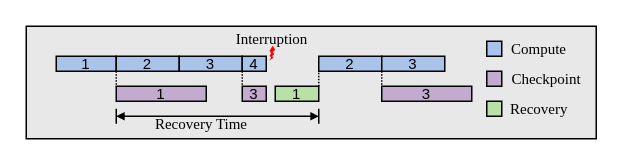
Above: fig/recovery_mot.drawio in icszhr/NCheck (draw.io), before the change. Source tidied: cells renumbered, new cells numbered last; positions are measured from the earlier drawing's top-left corner, leaving out a move shared by most shapes. Both pictures are drawn from the tidied source at 150%, with x=0, y=0 at pixel (26, 26).
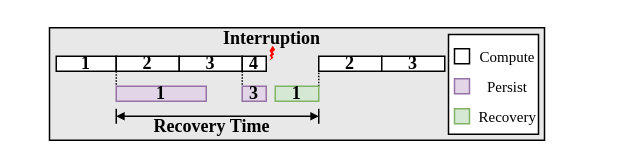
The same page after the edit.

The edit, as a diff of the source:
```diff
@@
-    <mxCell id="2" style="rounded=0;whiteSpace=wrap;html=1;fontFamily=Times New Roman;fillColor=#E8E8E8;" parent="1" vertex="1">
-      <mxGeometry width="380" height="75" as="geometry" />
+    <mxCell id="2" style="rounded=0;whiteSpace=wrap;html=1;fontFamily=Times New Roman;fillColor=#E8E8E8;fontStyle=1;" parent="1" vertex="1">
+      <mxGeometry x="15.5" y="1" width="330" height="75" as="geometry" />
     </mxCell>
+    <mxCell id="29" style="rounded=0;whiteSpace=wrap;html=1;" parent="1" vertex="1">
+      <mxGeometry x="281.5" y="5.5" width="60" height="66.5" as="geometry" />
+    </mxCell>
-    <mxCell id="3" style="edgeStyle=orthogonalEdgeStyle;rounded=0;jettySize=auto;html=1;exitX=1;exitY=1;exitDx=0;exitDy=0;entryX=0;entryY=0;entryDx=0;entryDy=0;startArrow=none;startFill=0;endArrow=none;endFill=0;dashed=1;dashPattern=1 1;" parent="1" edge="1" source="4" target="7">
+    <mxCell id="3" style="edgeStyle=orthogonalEdgeStyle;rounded=0;jettySize=auto;exitX=1;exitY=1;exitDx=0;exitDy=0;entryX=0;entryY=0;entryDx=0;entryDy=0;startArrow=none;startFill=0;endArrow=none;endFill=0;dashed=1;dashPattern=1 1;fontFamily=Times New Roman;fontStyle=1;fontSize=12;" parent="1" edge="1" source="4" target="7">
       <mxGeometry relative="1" as="geometry" />
     </mxCell>
-    <mxCell id="4" value="&lt;p style=&quot;line-height: 100%; font-size: 10px;&quot;&gt;&lt;font style=&quot;font-size: 10px;&quot;&gt;1&lt;/font&gt;&lt;/p&gt;" style="whiteSpace=wrap;html=1;fillColor=#A9C4EB;fontSize=10;" parent="1" vertex="1">
+    <mxCell id="4" value="1" style="whiteSpace=wrap;fontSize=12;fontFamily=Times New Roman;fontStyle=1;" parent="1" vertex="1">
       <mxGeometry x="20" y="20" width="40" height="10" as="geometry" />
     </mxCell>
-    <mxCell id="5" value="&lt;p style=&quot;line-height: 100%; font-size: 10px;&quot;&gt;&lt;font style=&quot;font-size: 10px;&quot;&gt;2&lt;/font&gt;&lt;/p&gt;" style="whiteSpace=wrap;html=1;fillColor=#A9C4EB;fontSize=10;" parent="1" vertex="1">
+    <mxCell id="5" value="2" style="whiteSpace=wrap;fontSize=12;fontFamily=Times New Roman;fontStyle=1;" parent="1" vertex="1">
       <mxGeometry x="60" y="20" width="42" height="10" as="geometry" />
     </mxCell>
-    <mxCell id="6" value="&lt;p style=&quot;line-height: 100%; font-size: 10px;&quot;&gt;&lt;font style=&quot;font-size: 10px;&quot;&gt;3&lt;/font&gt;&lt;/p&gt;" style="whiteSpace=wrap;html=1;fillColor=#A9C4EB;fontSize=10;" parent="1" vertex="1">
+    <mxCell id="6" value="3" style="whiteSpace=wrap;fontSize=12;fontFamily=Times New Roman;fontStyle=1;" parent="1" vertex="1">
       <mxGeometry x="102" y="20" width="42" height="10" as="geometry" />
     </mxCell>
-    <mxCell id="7" value="1" style="whiteSpace=wrap;html=1;fillColor=#C3ABD0;fontSize=10;" parent="1" vertex="1">
+    <mxCell id="7" value="1" style="whiteSpace=wrap;fillColor=#e1d5e7;fontSize=12;fontFamily=Times New Roman;fontStyle=1;strokeColor=#9673a6;" parent="1" vertex="1">
       <mxGeometry x="60" y="40" width="60" height="10" as="geometry" />
     </mxCell>
-    <mxCell id="8" style="verticalLabelPosition=bottom;verticalAlign=top;html=1;shape=mxgraph.basic.flash;fillColor=#FF0000;strokeColor=none;" parent="1" vertex="1">
+    <mxCell id="8" style="verticalLabelPosition=bottom;verticalAlign=top;shape=mxgraph.basic.flash;fillColor=#FF0000;strokeColor=none;fontFamily=Times New Roman;fontStyle=1;fontSize=12;" parent="1" vertex="1">
       <mxGeometry x="162" y="13" width="4" height="10" as="geometry" />
     </mxCell>
-    <mxCell id="9" value="&lt;font style=&quot;font-size: 10px;&quot; face=&quot;Times New Roman&quot;&gt;Interruption&lt;/font&gt;" style="text;html=1;align=center;verticalAlign=middle;whiteSpace=wrap;rounded=0;" parent="1" vertex="1">
+    <mxCell id="9" value="Interruption" style="text;align=center;verticalAlign=middle;whiteSpace=wrap;rounded=0;fontFamily=Times New Roman;fontStyle=1;fontSize=12;" parent="1" vertex="1">
       <mxGeometry x="134" y="3" width="60" height="10" as="geometry" />
     </mxCell>
-    <mxCell id="10" style="edgeStyle=orthogonalEdgeStyle;rounded=0;jettySize=auto;html=1;exitX=0;exitY=1;exitDx=0;exitDy=0;entryX=0;entryY=0;entryDx=0;entryDy=0;endArrow=none;endFill=0;dashed=1;dashPattern=1 1;" parent="1" edge="1" source="11" target="15">
+    <mxCell id="10" style="edgeStyle=orthogonalEdgeStyle;rounded=0;jettySize=auto;exitX=0;exitY=1;exitDx=0;exitDy=0;entryX=0;entryY=0;entryDx=0;entryDy=0;endArrow=none;endFill=0;dashed=1;dashPattern=1 1;fontFamily=Times New Roman;fontStyle=1;fontSize=12;" parent="1" edge="1" source="11" target="15">
       <mxGeometry relative="1" as="geometry" />
     </mxCell>
-    <mxCell id="11" value="&lt;p style=&quot;line-height: 100%; font-size: 10px;&quot;&gt;&lt;font style=&quot;font-size: 10px;&quot;&gt;4&lt;/font&gt;&lt;/p&gt;" style="whiteSpace=wrap;html=1;fillColor=#A9C4EB;fontSize=10;" parent="1" vertex="1">
+    <mxCell id="11" value="4" style="whiteSpace=wrap;fontSize=12;fontFamily=Times New Roman;fontStyle=1;" parent="1" vertex="1">
       <mxGeometry x="144" y="20" width="16" height="10" as="geometry" />
     </mxCell>
-    <mxCell id="12" value="&lt;p style=&quot;line-height: 100%;&quot;&gt;2&lt;/p&gt;" style="whiteSpace=wrap;html=1;fillColor=#A9C4EB;fontSize=10;verticalAlign=middle;" parent="1" vertex="1">
+    <mxCell id="12" value="2" style="whiteSpace=wrap;fontSize=12;verticalAlign=middle;fontFamily=Times New Roman;fontStyle=1;" parent="1" vertex="1">
       <mxGeometry x="195" y="20" width="42" height="10" as="geometry" />
     </mxCell>
-    <mxCell id="13" style="edgeStyle=orthogonalEdgeStyle;rounded=0;jettySize=auto;html=1;exitX=0;exitY=1;exitDx=0;exitDy=0;entryX=0;entryY=0;entryDx=0;entryDy=0;startArrow=none;startFill=0;endArrow=none;endFill=0;dashed=1;dashPattern=1 1;" parent="1" edge="1" source="14" target="16">
-      <mxGeometry relative="1" as="geometry" />
-    </mxCell>
-    <mxCell id="14" value="&lt;p style=&quot;line-height: 100%; font-size: 10px;&quot;&gt;3&lt;/p&gt;" style="whiteSpace=wrap;html=1;fillColor=#A9C4EB;fontSize=10;" parent="1" vertex="1">
-      <mxGeometry x="237" y="20" width="42" height="10" as="geometry" />
-    </mxCell>
-    <mxCell id="15" value="3" style="whiteSpace=wrap;html=1;fillColor=#C3ABD0;fontSize=10;" parent="1" vertex="1">
+    <mxCell id="15" value="3" style="whiteSpace=wrap;fillColor=#e1d5e7;fontSize=12;fontFamily=Times New Roman;fontStyle=1;strokeColor=#9673a6;" parent="1" vertex="1">
       <mxGeometry x="144" y="40" width="16" height="10" as="geometry" />
     </mxCell>
-    <mxCell id="16" value="3" style="whiteSpace=wrap;html=1;fillColor=#C3ABD0;fontSize=10;" parent="1" vertex="1">
-      <mxGeometry x="237" y="40" width="60" height="10" as="geometry" />
-    </mxCell>
-    <mxCell id="17" style="whiteSpace=wrap;html=1;fillColor=#A9C4EB;fontFamily=Times New Roman;" parent="1" vertex="1">
-      <mxGeometry x="307" y="10" width="10" height="10" as="geometry" />
+    <mxCell id="17" style="whiteSpace=wrap;html=1;fontFamily=Times New Roman;fontStyle=0;" parent="1" vertex="1">
+      <mxGeometry x="285.5" y="15" width="10" height="10" as="geometry" />
     </mxCell>
-    <mxCell id="18" value="&lt;font style=&quot;font-size: 10px;&quot;&gt;Compute&lt;/font&gt;" style="text;html=1;align=center;verticalAlign=middle;whiteSpace=wrap;rounded=0;fontFamily=Times New Roman;" parent="1" vertex="1">
-      <mxGeometry x="317" y="10" width="50" height="10" as="geometry" />
+    <mxCell id="18" value="&lt;font style=&quot;font-size: 10px;&quot;&gt;Compute&lt;/font&gt;" style="text;html=1;align=center;verticalAlign=middle;whiteSpace=wrap;rounded=0;fontFamily=Times New Roman;fontStyle=0;" parent="1" vertex="1">
+      <mxGeometry x="295.5" y="15" width="50" height="10" as="geometry" />
     </mxCell>
-    <mxCell id="19" style="whiteSpace=wrap;html=1;fillColor=#C3ABD0;fontFamily=Times New Roman;" parent="1" vertex="1">
-      <mxGeometry x="307" y="30" width="10" height="10" as="geometry" />
+    <mxCell id="19" style="whiteSpace=wrap;html=1;fillColor=#e1d5e7;fontFamily=Times New Roman;fontStyle=0;strokeColor=#9673a6;" parent="1" vertex="1">
+      <mxGeometry x="285.5" y="35" width="10" height="10" as="geometry" />
     </mxCell>
-    <mxCell id="20" value="&lt;font style=&quot;font-size: 10px;&quot;&gt;Checkpoint&lt;/font&gt;" style="text;html=1;align=center;verticalAlign=middle;whiteSpace=wrap;rounded=0;fontFamily=Times New Roman;" parent="1" vertex="1">
-      <mxGeometry x="322" y="30" width="50" height="10" as="geometry" />
+    <mxCell id="20" value="&lt;span style=&quot;font-size: 10px;&quot;&gt;Persist&lt;/span&gt;" style="text;html=1;align=center;verticalAlign=middle;whiteSpace=wrap;rounded=0;fontFamily=Times New Roman;fontStyle=0;" parent="1" vertex="1">
+      <mxGeometry x="295.5" y="35" width="50" height="10" as="geometry" />
     </mxCell>
-    <mxCell id="21" style="endArrow=block;startArrow=block;html=1;rounded=0;endSize=3;startSize=3;startFill=1;endFill=1;" parent="1" edge="1">
+    <mxCell id="21" style="endArrow=block;startArrow=block;rounded=0;endSize=3;startSize=3;startFill=1;endFill=1;fontFamily=Times New Roman;fontStyle=1;fontSize=12;" parent="1" edge="1">
       <mxGeometry relative="1" as="geometry">
         <mxPoint x="60" y="60" as="sourcePoint" />
         <mxPoint x="195" y="60" as="targetPoint" />
       </mxGeometry>
     </mxCell>
-    <mxCell id="22" style="endArrow=none;html=1;rounded=0;" parent="1" edge="1">
+    <mxCell id="22" style="endArrow=none;rounded=0;fontFamily=Times New Roman;fontStyle=1;fontSize=12;" parent="1" edge="1">
       <mxGeometry relative="1" as="geometry">
         <mxPoint x="60" y="65" as="sourcePoint" />
         <mxPoint x="60" y="55" as="targetPoint" />
       </mxGeometry>
     </mxCell>
-    <mxCell id="23" style="endArrow=none;html=1;rounded=0;" parent="1" edge="1">
+    <mxCell id="23" style="endArrow=none;rounded=0;fontFamily=Times New Roman;fontStyle=1;fontSize=12;" parent="1" edge="1">
       <mxGeometry relative="1" as="geometry">
         <mxPoint x="195" y="65" as="sourcePoint" />
         <mxPoint x="195" y="55" as="targetPoint" />
       </mxGeometry>
     </mxCell>
-    <mxCell id="24" value="&lt;font style=&quot;font-size: 10px;&quot; face=&quot;Times New Roman&quot;&gt;Recovery Time&lt;/font&gt;" style="text;html=1;align=center;verticalAlign=middle;whiteSpace=wrap;rounded=0;" parent="1" vertex="1">
-      <mxGeometry x="80" y="60" width="74" height="10" as="geometry" />
+    <mxCell id="24" value="Recovery Time" style="text;align=center;verticalAlign=middle;whiteSpace=wrap;rounded=0;fontFamily=Times New Roman;fontStyle=1;fontSize=12;" parent="1" vertex="1">
+      <mxGeometry x="82" y="62" width="84" height="10" as="geometry" />
     </mxCell>
-    <mxCell id="25" style="edgeStyle=orthogonalEdgeStyle;rounded=0;jettySize=auto;html=1;exitX=1;exitY=0;exitDx=0;exitDy=0;entryX=0;entryY=1;entryDx=0;entryDy=0;startArrow=none;startFill=0;endArrow=none;endFill=0;dashed=1;dashPattern=1 1;" parent="1" edge="1" source="26" target="12">
+    <mxCell id="25" style="edgeStyle=orthogonalEdgeStyle;rounded=0;jettySize=auto;exitX=1;exitY=0;exitDx=0;exitDy=0;entryX=0;entryY=1;entryDx=0;entryDy=0;startArrow=none;startFill=0;endArrow=none;endFill=0;dashed=1;dashPattern=1 1;fontFamily=Times New Roman;fontStyle=1;fontSize=12;" parent="1" edge="1" source="26" target="12">
       <mxGeometry relative="1" as="geometry" />
     </mxCell>
-    <mxCell id="26" value="1" style="whiteSpace=wrap;html=1;fillColor=#B9E0A5;fontSize=10;" parent="1" vertex="1">
+    <mxCell id="26" value="1" style="whiteSpace=wrap;fillColor=#d5e8d4;fontSize=12;fontFamily=Times New Roman;fontStyle=1;strokeColor=#82b366;" parent="1" vertex="1">
       <mxGeometry x="166" y="40" width="29" height="10" as="geometry" />
     </mxCell>
-    <mxCell id="27" style="whiteSpace=wrap;html=1;fillColor=#B9E0A5;fontFamily=Times New Roman;" parent="1" vertex="1">
-      <mxGeometry x="307" y="50" width="10" height="10" as="geometry" />
+    <mxCell id="27" style="whiteSpace=wrap;html=1;fillColor=#d5e8d4;fontFamily=Times New Roman;fontStyle=0;strokeColor=#82b366;" parent="1" vertex="1">
+      <mxGeometry x="285.5" y="55" width="10" height="10" as="geometry" />
     </mxCell>
-    <mxCell id="28" value="&lt;font style=&quot;font-size: 10px;&quot;&gt;Recovery&lt;/font&gt;" style="text;html=1;align=left;verticalAlign=middle;whiteSpace=wrap;rounded=0;fontFamily=Times New Roman;" parent="1" vertex="1">
-      <mxGeometry x="321" y="50" width="50" height="10" as="geometry" />
+    <mxCell id="28" value="&lt;font style=&quot;font-size: 10px;&quot;&gt;Recovery&lt;/font&gt;" style="text;html=1;align=left;verticalAlign=middle;whiteSpace=wrap;rounded=0;fontFamily=Times New Roman;fontStyle=0;" parent="1" vertex="1">
+      <mxGeometry x="299.5" y="55" width="50" height="10" as="geometry" />
     </mxCell>
+    <mxCell id="30" value="3" style="whiteSpace=wrap;fontSize=12;verticalAlign=middle;fontFamily=Times New Roman;fontStyle=1;" parent="1" vertex="1">
+      <mxGeometry x="237" y="20" width="42" height="10" as="geometry" />
+    </mxCell>
```
